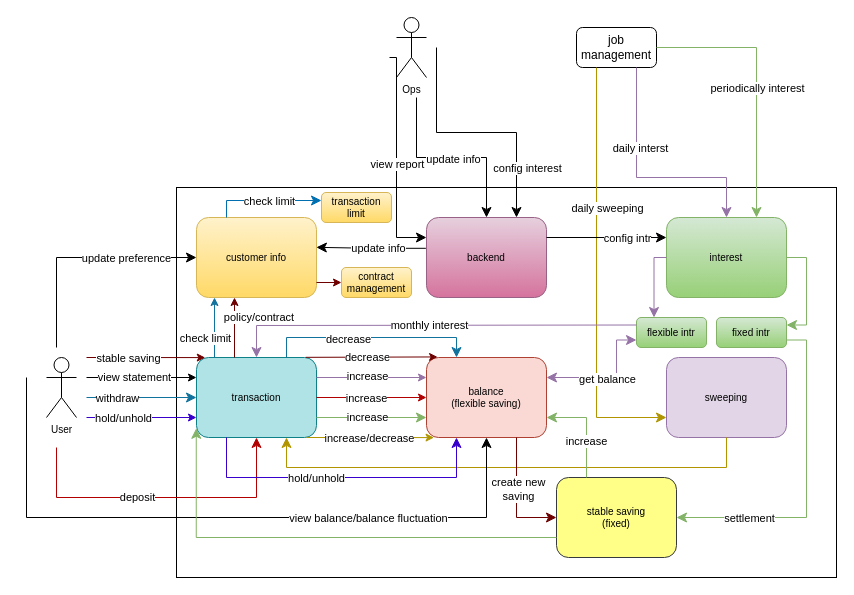
Above: cash_deposit_detail.drawio in khuynhthanhchiluyen/draw.io (draw.io), before the change. Source tidied: cells renumbered, new cells numbered last; positions are measured from the earlier drawing's top-left corner, leaving out a move shared by most shapes. Both pictures are drawn from the tidied source at 100%, with x=0, y=0 at pixel (26, 17).
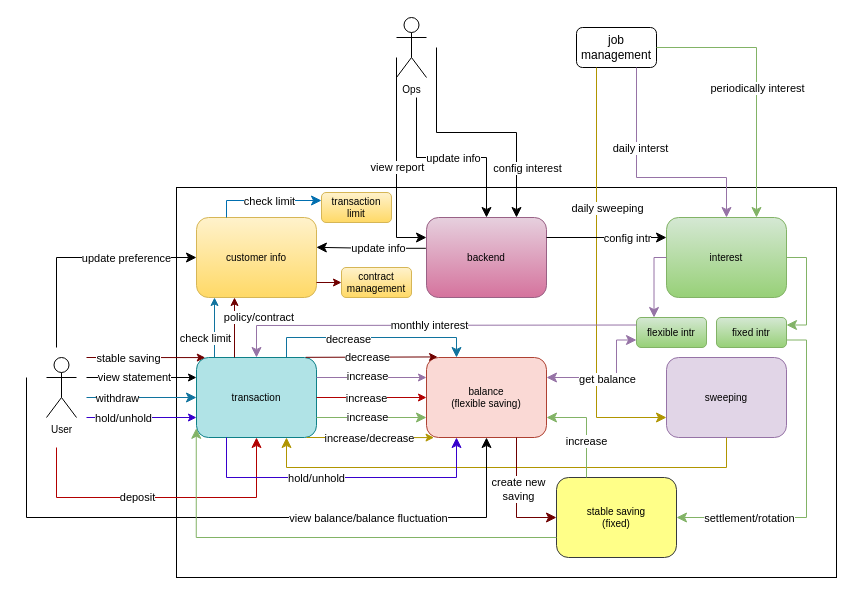
After the change.

Unchanged cells that the change refers to:
```xml
<mxCell id="5" value="backend" style="rounded=1;whiteSpace=wrap;html=1;fontSize=10;fillColor=#e6d0de;gradientColor=#d5739d;strokeColor=#996185;" parent="1" vertex="1">
  <mxGeometry x="400" y="200" width="120" height="80" as="geometry" />
</mxCell>
<mxCell id="18" style="edgeStyle=elbowEdgeStyle;elbow=vertical;endArrow=classic;html=1;curved=0;rounded=0;endSize=8;startSize=8;entryX=0.5;entryY=0;entryDx=0;entryDy=0;" parent="1" edge="1" target="5">
  <mxGeometry relative="1" as="geometry">
    <mxPoint x="390" y="80" as="sourcePoint" />
  </mxGeometry>
</mxCell>
<mxCell id="33" style="edgeStyle=orthogonalEdgeStyle;elbow=vertical;endArrow=classic;html=1;rounded=0;endSize=8;startSize=8;fontColor=default;exitX=1;exitY=0.75;exitDx=0;exitDy=0;fillColor=#d5e8d4;gradientColor=#97d077;strokeColor=#82b366;entryX=1;entryY=0.5;entryDx=0;entryDy=0;" parent="1" edge="1" source="38" target="65">
  <mxGeometry relative="1" as="geometry">
    <Array as="points">
      <mxPoint x="780" y="323" />
      <mxPoint x="780" y="500" />
    </Array>
  </mxGeometry>
</mxCell>
```

What changed in the source:
```diff
@@
     <mxCell id="19" value="update info" style="edgeLabel;html=1;align=center;verticalAlign=middle;fontColor=default;" parent="18" vertex="1">
       <mxGeometry x="-0.15" y="-1" relative="1" as="geometry">
-        <mxPoint x="15" as="offset" />
+        <mxPoint x="15" y="-1" as="offset" />
       </mxGeometry>
     </mxCell>
@@
-    <mxCell id="34" value="settlement" style="edgeLabel;html=1;align=center;verticalAlign=middle;fontColor=default;" parent="33" vertex="1">
+    <mxCell id="34" value="settlement/rotation" style="edgeLabel;html=1;align=center;verticalAlign=middle;fontColor=default;" parent="33" vertex="1">
       <mxGeometry x="0.56" relative="1" as="geometry" />
     </mxCell>
@@
     <mxCell id="63" style="edgeStyle=elbowEdgeStyle;elbow=horizontal;endArrow=classic;html=1;curved=0;rounded=0;endSize=8;startSize=8;strokeColor=default;fontColor=default;entryX=0;entryY=0.25;entryDx=0;entryDy=0;" parent="1" edge="1" target="5">
       <mxGeometry relative="1" as="geometry">
-        <mxPoint x="363" y="40" as="sourcePoint" />
+        <mxPoint x="370" y="40" as="sourcePoint" />
         <Array as="points">
           <mxPoint x="370" y="180" />
           <mxPoint x="343" y="200" />
         </Array>
       </mxGeometry>
     </mxCell>
```
